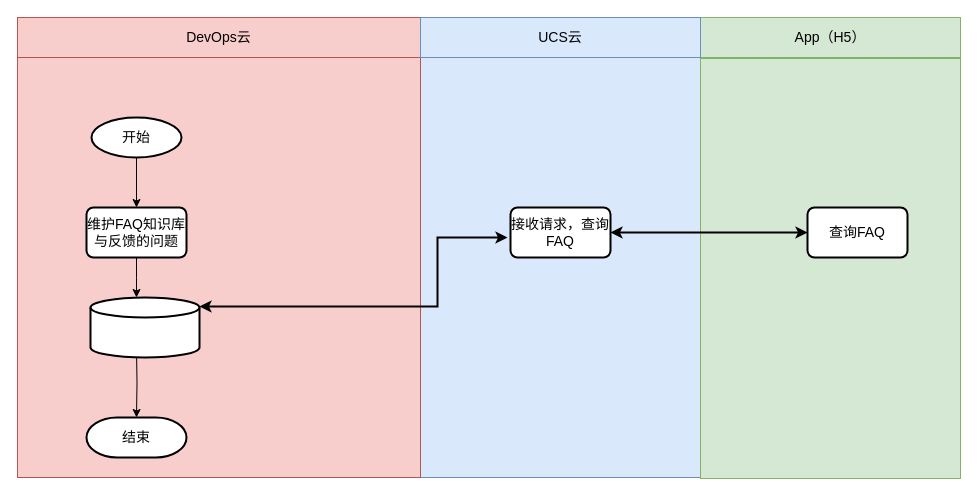
Before: FAQ总体流程图3-Simple.drawio in HuaHero/OnLineFaq, a draw.io diagram. Source tidied: cells renumbered, new cells numbered last; positions are measured from the earlier drawing's top-left corner, leaving out a move shared by most shapes. Both pictures are drawn from the tidied source at 100%, with x=0, y=0 at pixel (17, 17).
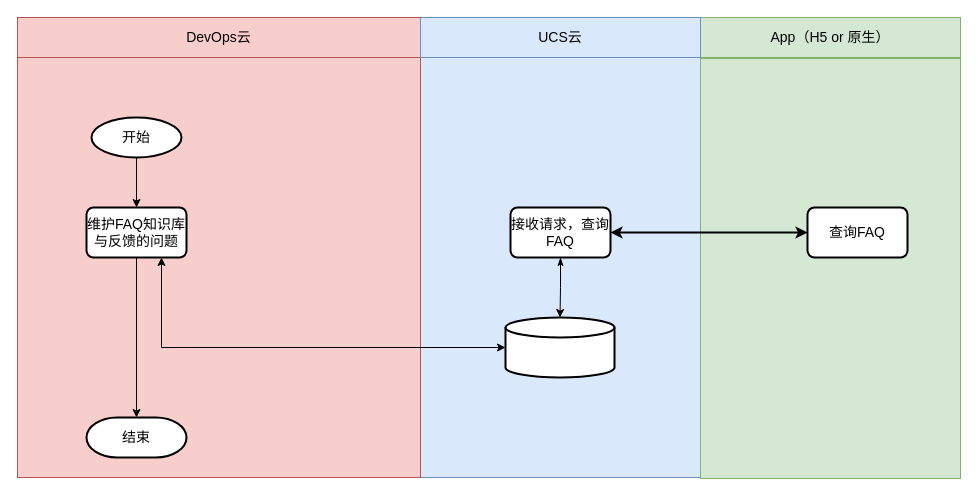
After the change.

Commit message:
更新FAQ总体流程图3-Simple.drawio

Unchanged cells that the change refers to:
```xml
<mxCell id="9" value="维护FAQ知识库与反馈的问题" style="rounded=1;whiteSpace=wrap;html=1;absoluteArcSize=1;arcSize=14;strokeWidth=2;fontSize=14;" parent="1" vertex="1">
  <mxGeometry x="69" y="190" width="100" height="50" as="geometry" />
</mxCell>
<mxCell id="13" value="结束" style="strokeWidth=2;html=1;shape=mxgraph.flowchart.terminator;whiteSpace=wrap;fontSize=14;" parent="1" vertex="1">
  <mxGeometry x="69" y="400" width="100" height="40" as="geometry" />
</mxCell>
<mxCell id="15" value="接收请求，查询FAQ" style="rounded=1;whiteSpace=wrap;html=1;absoluteArcSize=1;arcSize=14;strokeWidth=2;fontSize=14;" parent="1" vertex="1">
  <mxGeometry x="493" y="190" width="100" height="50" as="geometry" />
</mxCell>
```

The edit, as a diff of the source:
```diff
@@
-    <mxCell id="8" value="App（H5）" style="rounded=0;whiteSpace=wrap;html=1;fillColor=#d5e8d4;strokeColor=#82b366;fontSize=14;" parent="1" vertex="1">
+    <mxCell id="8" value="App（H5 or 原生）" style="rounded=0;whiteSpace=wrap;html=1;fillColor=#d5e8d4;strokeColor=#82b366;fontSize=14;" parent="1" vertex="1">
       <mxGeometry x="683" width="260" height="40" as="geometry" />
     </mxCell>
@@
-    <mxCell id="10" style="edgeStyle=orthogonalEdgeStyle;rounded=0;jettySize=auto;html=1;exitX=0.5;exitY=1;exitDx=0;exitDy=0;entryX=0.5;entryY=0;entryDx=0;entryDy=0;entryPerimeter=0;fontSize=14;" parent="1" edge="1" source="9">
-      <mxGeometry relative="1" as="geometry">
-        <mxPoint x="119" y="280" as="targetPoint" />
-      </mxGeometry>
-    </mxCell>
@@
-    <mxCell id="14" style="edgeStyle=orthogonalEdgeStyle;rounded=0;jettySize=auto;html=1;exitX=0.5;exitY=1;exitDx=0;exitDy=0;exitPerimeter=0;entryX=0.5;entryY=0;entryDx=0;entryDy=0;entryPerimeter=0;fontSize=14;" parent="1" edge="1" target="13">
-      <mxGeometry relative="1" as="geometry">
-        <mxPoint x="119" y="330" as="sourcePoint" />
-      </mxGeometry>
+    <mxCell id="14" style="edgeStyle=orthogonalEdgeStyle;rounded=0;jettySize=auto;html=1;exitX=0.5;exitY=1;exitDx=0;exitDy=0;entryX=0.5;entryY=0;entryDx=0;entryDy=0;entryPerimeter=0;fontSize=14;" parent="1" edge="1" source="9" target="13">
+      <mxGeometry relative="1" as="geometry" />
     </mxCell>
@@
     <mxCell id="16" style="strokeWidth=2;html=1;shape=mxgraph.flowchart.database;whiteSpace=wrap;fontSize=14;" parent="1" vertex="1">
-      <mxGeometry x="73" y="280" width="109" height="60" as="geometry" />
+      <mxGeometry x="488" y="300" width="109" height="60" as="geometry" />
     </mxCell>
@@
-    <mxCell id="18" style="endArrow=classic;startArrow=classic;html=1;rounded=0;exitX=1;exitY=0.15;exitDx=0;exitDy=0;exitPerimeter=0;edgeStyle=orthogonalEdgeStyle;strokeWidth=2;" parent="1" edge="1" source="16">
-      <mxGeometry relative="1" as="geometry">
-        <mxPoint x="490" y="220" as="targetPoint" />
-        <Array as="points">
-          <mxPoint x="420" y="289" />
-          <mxPoint x="420" y="220" />
-        </Array>
-      </mxGeometry>
-    </mxCell>
+    <mxCell id="19" style="edgeStyle=orthogonalEdgeStyle;rounded=0;jettySize=auto;html=1;exitX=0.5;exitY=1;exitDx=0;exitDy=0;entryX=0.5;entryY=0;entryDx=0;entryDy=0;entryPerimeter=0;startArrow=classicThin;startFill=1;" parent="1" edge="1" source="15" target="16">
+      <mxGeometry relative="1" as="geometry" />
+    </mxCell>
+    <mxCell id="20" style="edgeStyle=orthogonalEdgeStyle;rounded=0;jettySize=auto;html=1;exitX=0.75;exitY=1;exitDx=0;exitDy=0;entryX=0;entryY=0.5;entryDx=0;entryDy=0;entryPerimeter=0;startArrow=classic;startFill=1;" parent="1" edge="1" source="9" target="16">
+      <mxGeometry relative="1" as="geometry" />
+    </mxCell>
```
